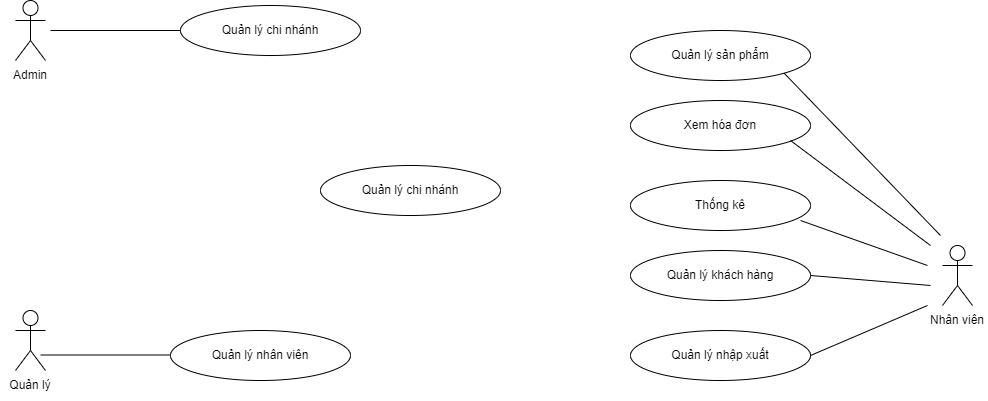
ChauCongTu/thiet-ke-linh-tinh keeps this draw.io diagram as Sơ Đồ UseCase.png. Above is the earlier version. Source tidied: cells renumbered, new cells last; positions are measured from the earlier drawing's top-left corner, leaving out a move shared by most shapes.
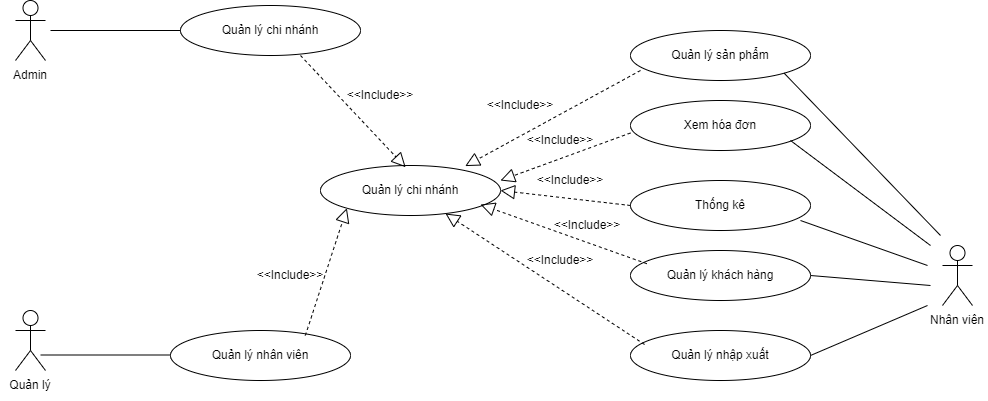
Later version of the same file.

Commit message:
Cập nhật Sơ Đồ UseCase.png

Change to the diagram source:
```diff
@@ -82,5 +82,60 @@
     <mxCell id="22" value="Quản lý&amp;nbsp;khách hàng" style="ellipse;whiteSpace=wrap;html=1;" parent="1" vertex="1">
       <mxGeometry x="630" y="250" width="180" height="50" as="geometry" />
     </mxCell>
+    <mxCell id="23" style="endArrow=block;dashed=1;endFill=0;endSize=12;html=1;rounded=0;entryX=0;entryY=0;entryDx=0;entryDy=0;exitX=1;exitY=1;exitDx=0;exitDy=0;" parent="1" edge="1">
+      <mxGeometry relative="1" as="geometry">
+        <mxPoint x="300" y="55" as="sourcePoint" />
+        <mxPoint x="405.1" y="166.7" as="targetPoint" />
+      </mxGeometry>
+    </mxCell>
+    <mxCell id="24" value="&amp;lt;&amp;lt;Include&amp;gt;&amp;gt;" style="text;html=1;strokeColor=none;fillColor=none;align=center;verticalAlign=middle;whiteSpace=wrap;rounded=0;" parent="1" vertex="1">
+      <mxGeometry x="350" y="80" width="60" height="30" as="geometry" />
+    </mxCell>
+    <mxCell id="25" style="endArrow=block;dashed=1;endFill=0;endSize=12;html=1;rounded=0;entryX=0;entryY=1;entryDx=0;entryDy=0;exitX=1;exitY=1;exitDx=0;exitDy=0;" parent="1" edge="1" target="21">
+      <mxGeometry relative="1" as="geometry">
+        <mxPoint x="304.9" y="335" as="sourcePoint" />
+      </mxGeometry>
+    </mxCell>
+    <mxCell id="26" style="endArrow=block;dashed=1;endFill=0;endSize=12;html=1;rounded=0;exitX=0.078;exitY=0.28;exitDx=0;exitDy=0;exitPerimeter=0;" parent="1" edge="1" source="10" target="21">
+      <mxGeometry relative="1" as="geometry" />
+    </mxCell>
+    <mxCell id="27" style="endArrow=block;dashed=1;endFill=0;endSize=12;html=1;rounded=0;exitX=0.091;exitY=0.264;exitDx=0;exitDy=0;exitPerimeter=0;" parent="1" edge="1" source="22">
+      <mxGeometry relative="1" as="geometry">
+        <mxPoint x="480" y="204" as="targetPoint" />
+      </mxGeometry>
+    </mxCell>
+    <mxCell id="28" style="endArrow=block;dashed=1;endFill=0;endSize=12;html=1;rounded=0;exitX=0;exitY=0.5;exitDx=0;exitDy=0;" parent="1" edge="1" source="11">
+      <mxGeometry relative="1" as="geometry">
+        <mxPoint x="500" y="190" as="targetPoint" />
+      </mxGeometry>
+    </mxCell>
+    <mxCell id="29" style="endArrow=block;dashed=1;endFill=0;endSize=12;html=1;rounded=0;exitX=0;exitY=0.5;exitDx=0;exitDy=0;entryX=0.804;entryY=0.012;entryDx=0;entryDy=0;entryPerimeter=0;" parent="1" edge="1" target="21">
+      <mxGeometry relative="1" as="geometry">
+        <mxPoint x="640" y="70" as="sourcePoint" />
+      </mxGeometry>
+    </mxCell>
+    <mxCell id="30" style="endArrow=block;dashed=1;endFill=0;endSize=12;html=1;rounded=0;exitX=0;exitY=0.5;exitDx=0;exitDy=0;entryX=1;entryY=0.3;entryDx=0;entryDy=0;entryPerimeter=0;" parent="1" edge="1" target="21">
+      <mxGeometry relative="1" as="geometry">
+        <mxPoint x="630" y="132.5" as="sourcePoint" />
+      </mxGeometry>
+    </mxCell>
+    <mxCell id="31" value="&amp;lt;&amp;lt;Include&amp;gt;&amp;gt;" style="text;html=1;strokeColor=none;fillColor=none;align=center;verticalAlign=middle;whiteSpace=wrap;rounded=0;" parent="1" vertex="1">
+      <mxGeometry x="260" y="260" width="60" height="30" as="geometry" />
+    </mxCell>
+    <mxCell id="32" value="&amp;lt;&amp;lt;Include&amp;gt;&amp;gt;" style="text;html=1;strokeColor=none;fillColor=none;align=center;verticalAlign=middle;whiteSpace=wrap;rounded=0;" parent="1" vertex="1">
+      <mxGeometry x="490" y="90" width="60" height="30" as="geometry" />
+    </mxCell>
+    <mxCell id="33" value="&amp;lt;&amp;lt;Include&amp;gt;&amp;gt;" style="text;html=1;strokeColor=none;fillColor=none;align=center;verticalAlign=middle;whiteSpace=wrap;rounded=0;" parent="1" vertex="1">
+      <mxGeometry x="530" y="130" width="60" height="20" as="geometry" />
+    </mxCell>
+    <mxCell id="34" value="&amp;lt;&amp;lt;Include&amp;gt;&amp;gt;" style="text;html=1;strokeColor=none;fillColor=none;align=center;verticalAlign=middle;whiteSpace=wrap;rounded=0;" parent="1" vertex="1">
+      <mxGeometry x="540" y="170" width="60" height="20" as="geometry" />
+    </mxCell>
+    <mxCell id="35" value="&amp;lt;&amp;lt;Include&amp;gt;&amp;gt;" style="text;html=1;strokeColor=none;fillColor=none;align=center;verticalAlign=middle;whiteSpace=wrap;rounded=0;" parent="1" vertex="1">
+      <mxGeometry x="557" y="215" width="60" height="20" as="geometry" />
+    </mxCell>
+    <mxCell id="36" value="&amp;lt;&amp;lt;Include&amp;gt;&amp;gt;" style="text;html=1;strokeColor=none;fillColor=none;align=center;verticalAlign=middle;whiteSpace=wrap;rounded=0;" parent="1" vertex="1">
+      <mxGeometry x="530" y="250" width="60" height="20" as="geometry" />
+    </mxCell>
   </root>
 </mxGraphModel>
```
